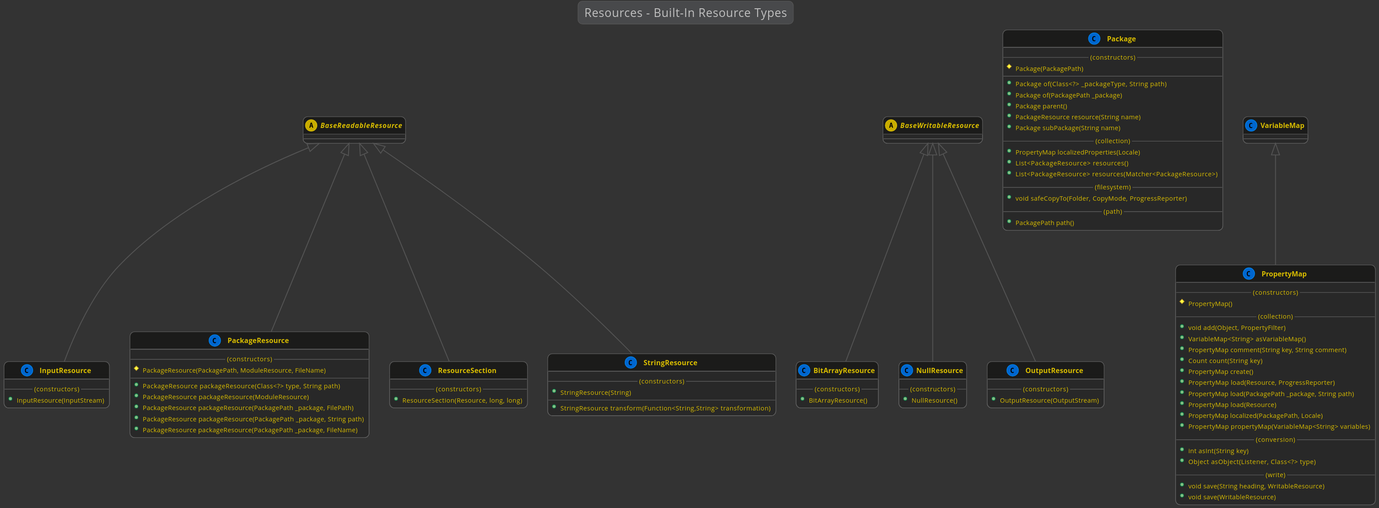
Telenav/kivakit keeps this PlantUML diagram as kivakit-core/resource/documentation/diagrams/diagram-resource-type.svg. Above is the earlier version.
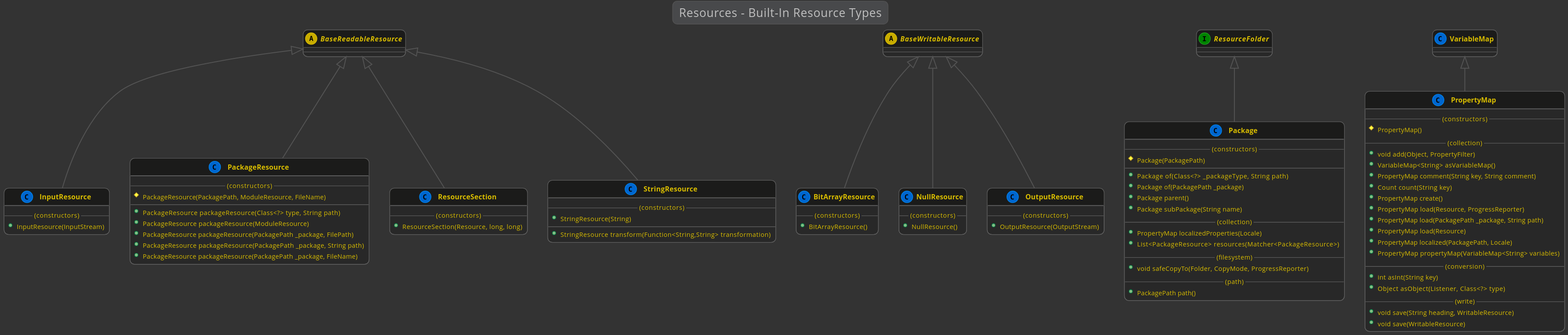
Above is the later version.

The edit, as a diff of the source:
```diff
@@ -6,6 +6,8 @@
 
     abstract BaseReadableResource
     abstract BaseWritableResource
+
+    interface ResourceFolder
 
     BaseWritableResource <|-- BitArrayResource
     class BitArrayResource
@@ -35,6 +37,7 @@
         +OutputResource(OutputStream)
     }
 
+    ResourceFolder <|-- Package
     class Package
     {
         --(constructors)--
@@ -43,11 +46,9 @@
         +Package of(Class<?> _packageType, String path)
         +Package of(PackagePath _package)
         +Package parent()
-        +PackageResource resource(String name)
         +Package subPackage(String name)
         --(collection)--
         +PropertyMap localizedProperties(Locale)
-        +List<PackageResource> resources()
         +List<PackageResource> resources(Matcher<PackageResource>)
         --(filesystem)--
         +void safeCopyTo(Folder, CopyMode, ProgressReporter)
```
